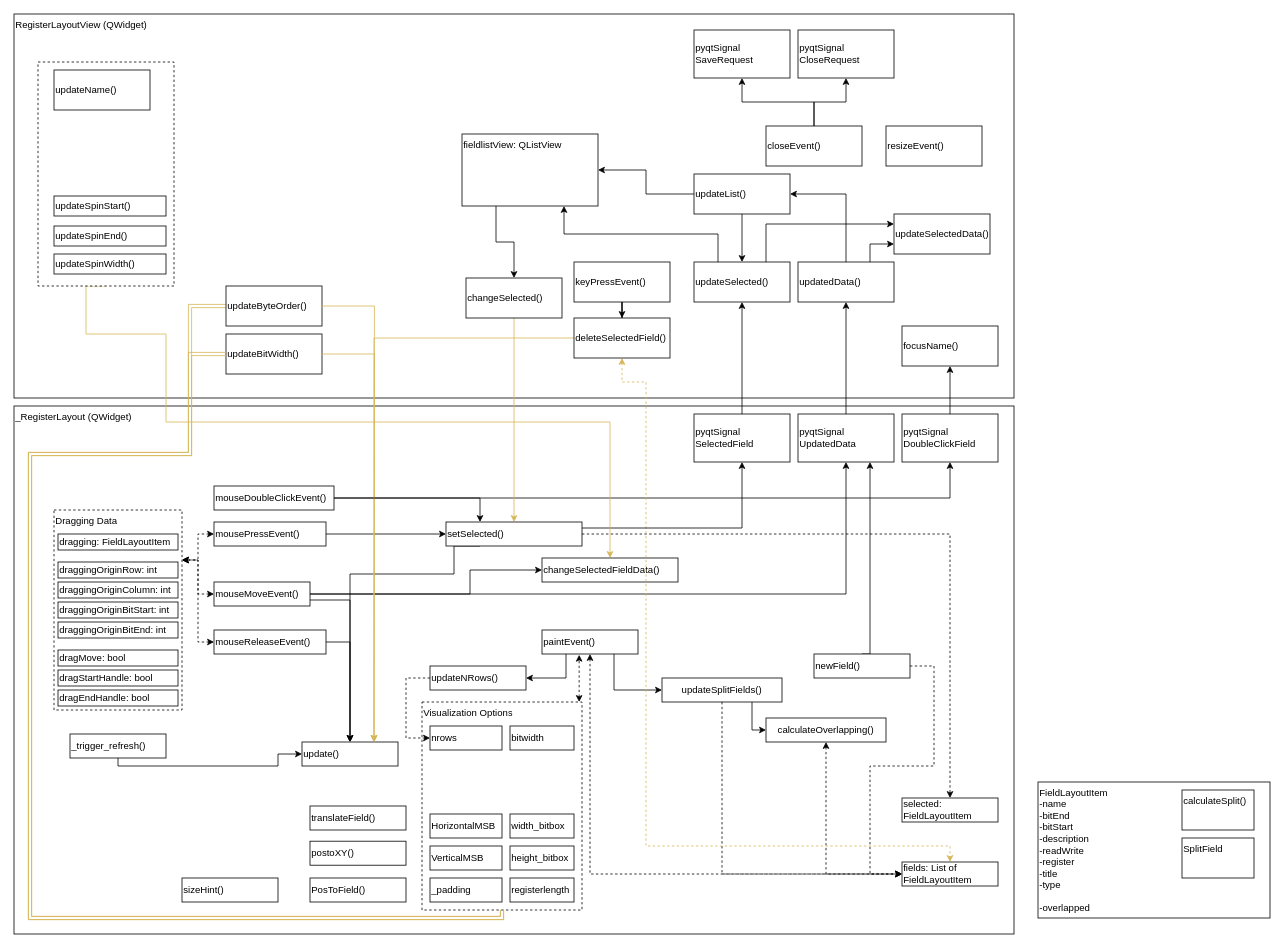
polfeliu/Cyanochew keeps this draw.io diagram as page "registerLayout" (2 of 2) of doc/Architecture.drawio. Above is the earlier version. Source tidied: cells renumbered, new cells numbered last; positions are measured from the earlier drawing's top-left corner, leaving out a move shared by most shapes. Both pictures are drawn from the tidied source at 80%, with x=0, y=0 at pixel (14, 14).
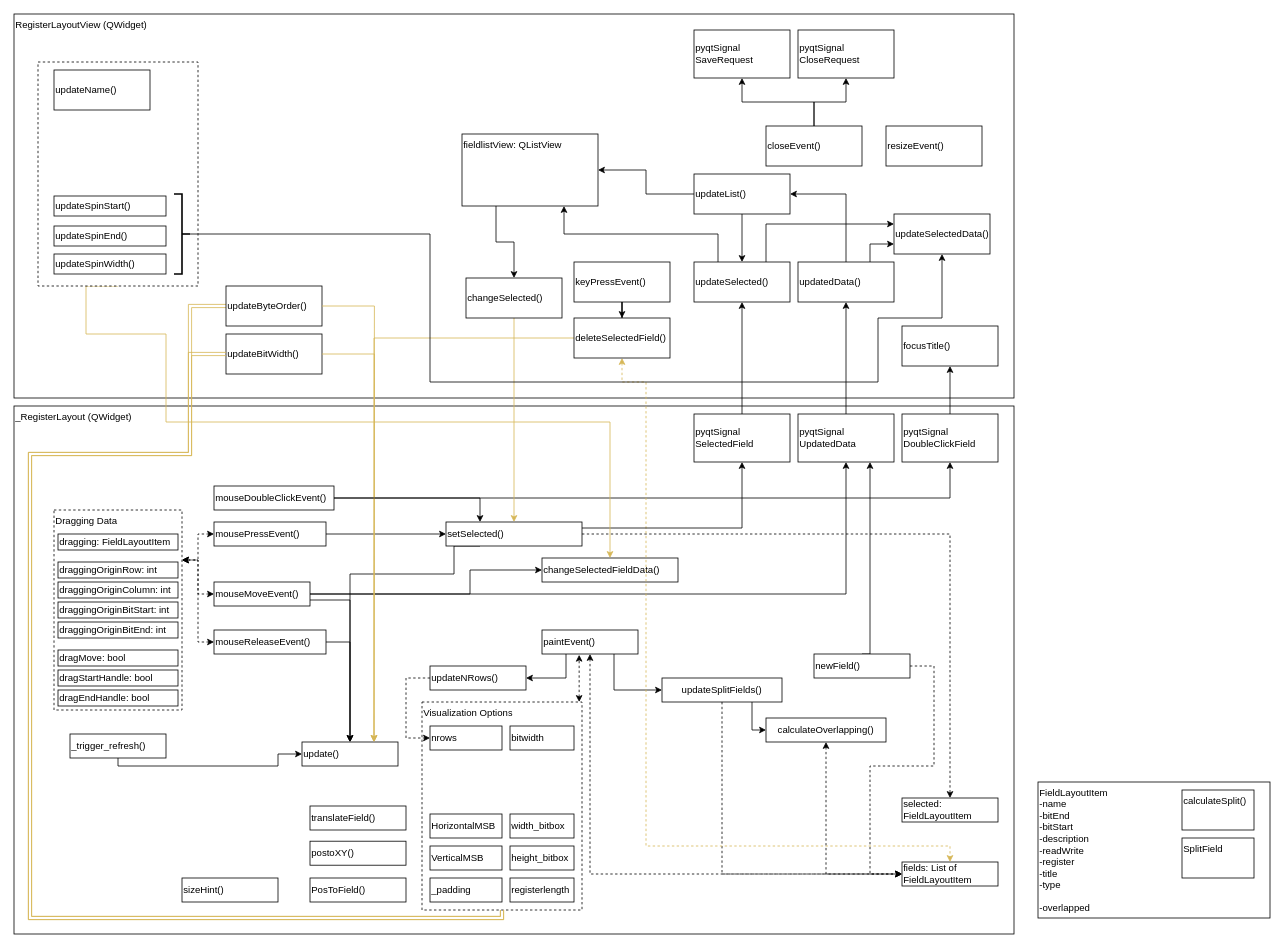
The same diagram, later.

Unchanged cells that the change refers to:
```xml
<mxCell id="106" value="updateSelectedData()" style="rounded=0;whiteSpace=wrap;html=1;align=left;" parent="1" vertex="1">
  <mxGeometry x="1100" y="250" width="120" height="50" as="geometry" />
</mxCell>
```

Diff of the diagram source:
```diff
@@
-    <mxCell id="83" value="focusName()" style="rounded=0;whiteSpace=wrap;html=1;align=left;" parent="1" vertex="1">
+    <mxCell id="83" value="focusTitle()" style="rounded=0;whiteSpace=wrap;html=1;align=left;" parent="1" vertex="1">
       <mxGeometry x="1110" y="390" width="120" height="50" as="geometry" />
     </mxCell>
@@
     <mxCell id="108" style="rounded=0;whiteSpace=wrap;html=1;align=left;dashed=1;" parent="1" vertex="1">
-      <mxGeometry x="30" y="60" width="170" height="280" as="geometry" />
+      <mxGeometry x="30" y="60" width="200" height="280" as="geometry" />
     </mxCell>
@@
+    <mxCell id="113" style="strokeWidth=2;html=1;shape=mxgraph.flowchart.annotation_2;align=left;labelPosition=right;rotation=-180;" parent="1" vertex="1">
+      <mxGeometry x="200" y="225" width="20" height="100" as="geometry" />
+    </mxCell>
+    <mxCell id="114" style="edgeStyle=orthogonalEdgeStyle;rounded=0;jettySize=auto;html=1;exitX=0;exitY=0.5;exitDx=0;exitDy=0;entryX=0.5;entryY=1;entryDx=0;entryDy=0;startArrow=none;startFill=0;endArrow=classic;endFill=1;exitPerimeter=0;" parent="1" edge="1" source="113" target="106">
+      <mxGeometry relative="1" as="geometry">
+        <Array as="points">
+          <mxPoint x="520" y="275" />
+          <mxPoint x="520" y="460" />
+          <mxPoint x="1080" y="460" />
+          <mxPoint x="1080" y="380" />
+          <mxPoint x="1160" y="380" />
+        </Array>
+      </mxGeometry>
+    </mxCell>
```
